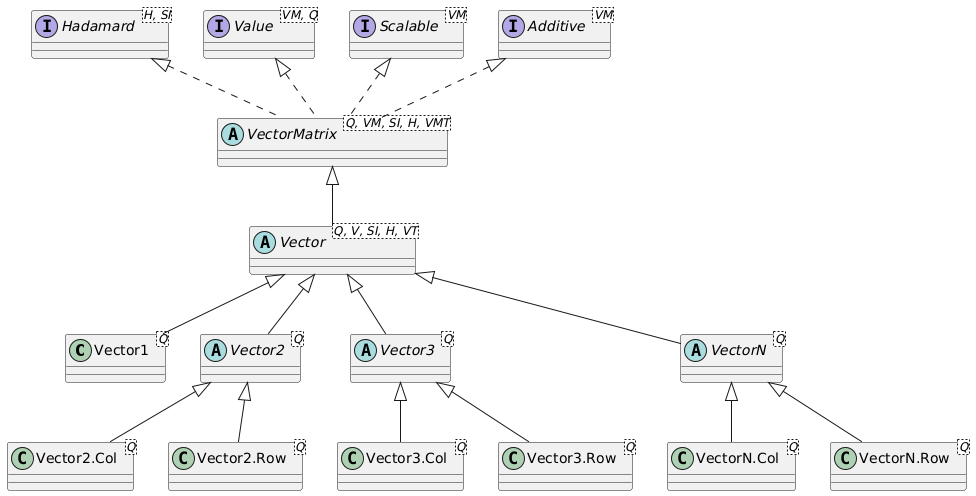
Before: docs/images/vector.png, a diagram exported from PlantUML (averbraeck/djunits).
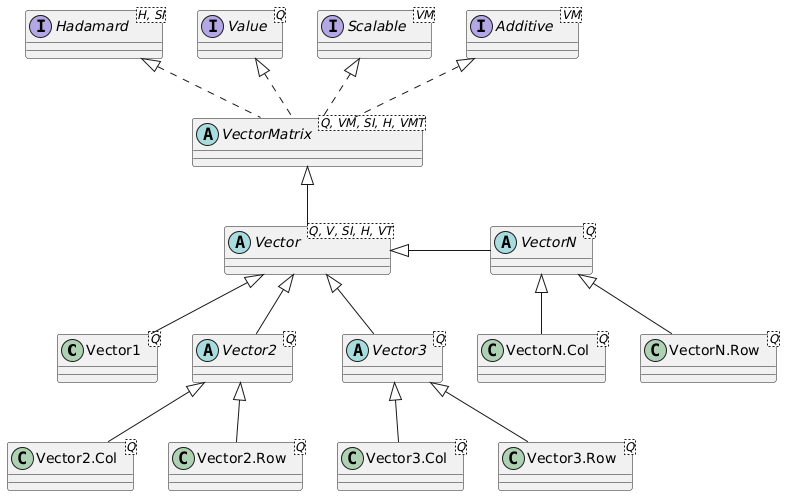
After the change.

The edit, as a diff of the source:
```diff
@@ -14,7 +14,7 @@
 abstract class Vector<Q, V, SI, H, VT>
 
 interface Hadamard<H, SI>
-interface Value<VM, Q>
+interface Value<Q>
 interface Scalable<VM>
 interface Additive<VM>
 
@@ -27,7 +27,7 @@
 Vector <|-- Vector1
 Vector <|-- Vector2
 Vector <|-- Vector3
-Vector <|-- VectorN
+Vector <|-r- VectorN
 Vector2 <|-- V2Row
 Vector2 <|-- V2Col
 Vector3 <|-- V3Row
```
